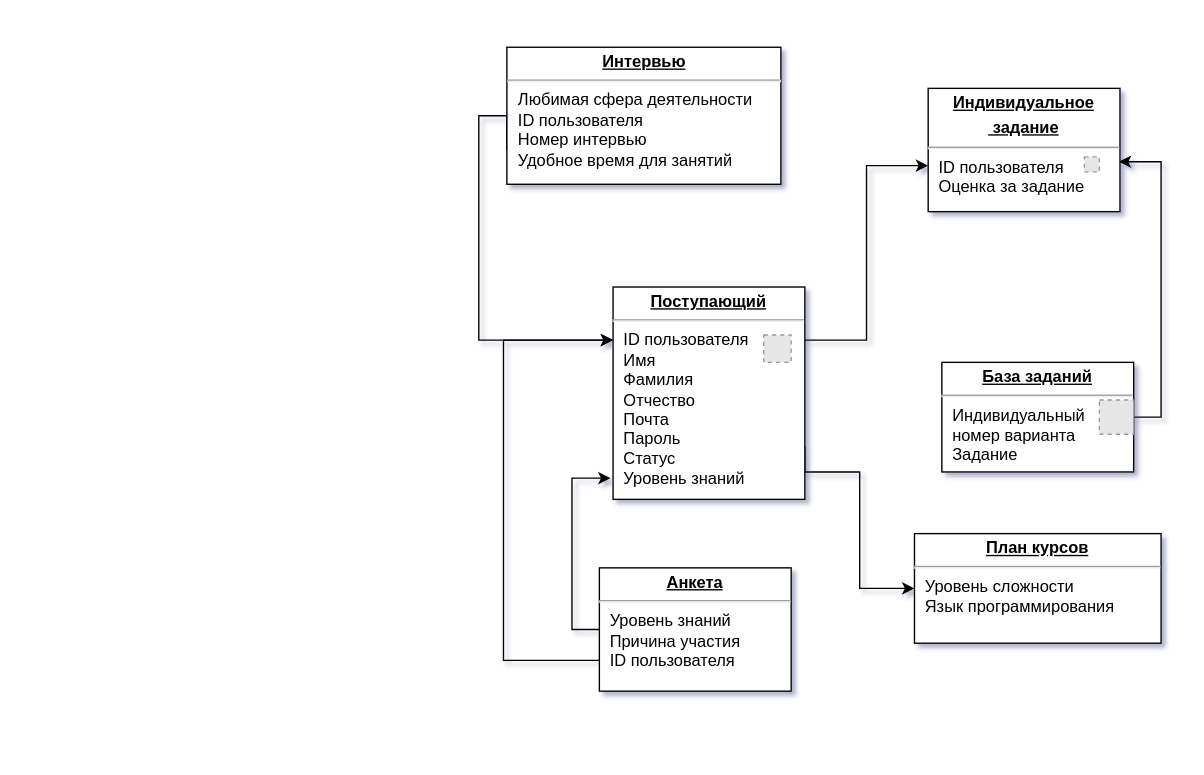
Above: Диаграмма без названия.drawio in DavydovDanil/MyDirectory (draw.io), before the change. Source tidied: cells renumbered, new cells numbered last; positions are measured from the earlier drawing's top-left corner, leaving out a move shared by most shapes. Both pictures are drawn from the tidied source at 137%, with x=0, y=0 at pixel (478, 47). Pictures stored in the file or linked from it are replaced by grey dashed boxes.
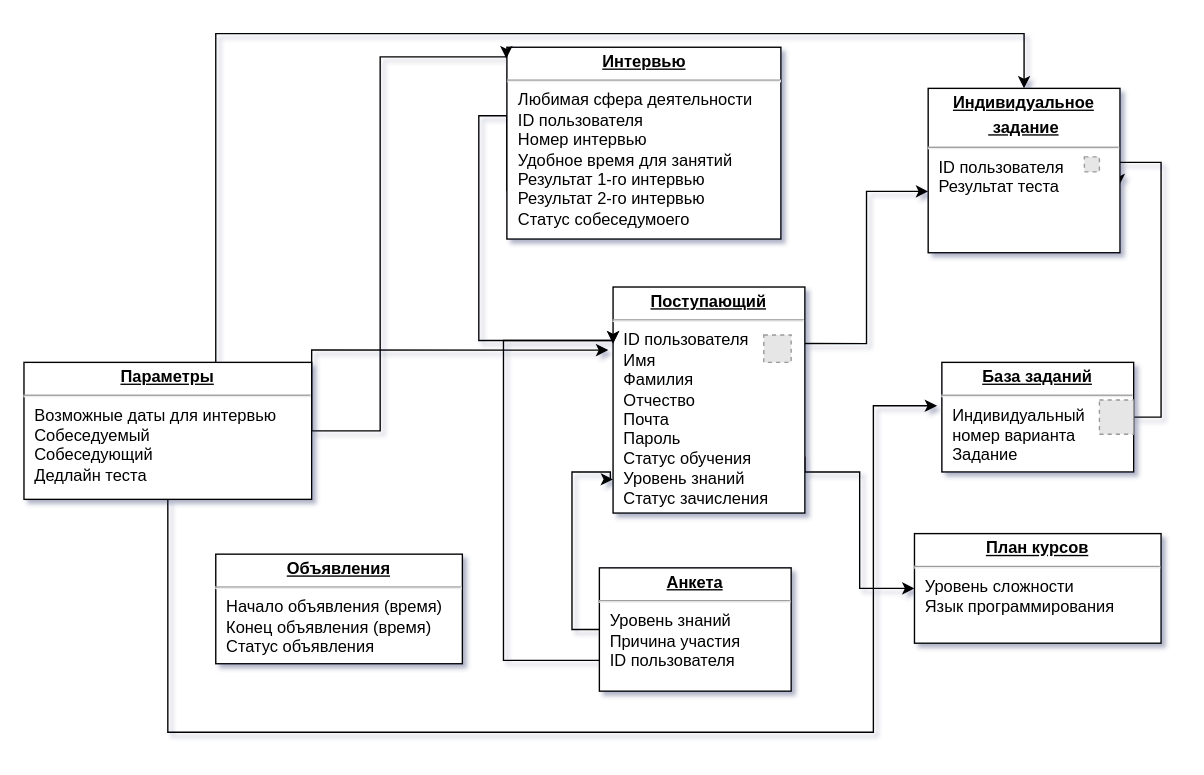
The same page after the edit.

Commit message:
кисляков бранч

The change refers to these unchanged cells:
```xml
<mxCell id="6" value="&lt;p style=&quot;margin: 0px ; margin-top: 4px ; text-align: center ; text-decoration: underline&quot;&gt;&lt;b&gt;База заданий&lt;/b&gt;&lt;/p&gt;&lt;hr&gt;&lt;p style=&quot;margin: 0px ; margin-left: 8px&quot;&gt;Индивидуальный&amp;nbsp;&lt;/p&gt;&lt;p style=&quot;margin: 0px ; margin-left: 8px&quot;&gt;номер варианта&lt;/p&gt;&lt;p style=&quot;margin: 0px ; margin-left: 8px&quot;&gt;Задание&lt;/p&gt;&lt;p style=&quot;margin: 0px ; margin-left: 8px&quot;&gt;&lt;br&gt;&lt;/p&gt;&lt;p style=&quot;margin: 0px ; margin-left: 8px&quot;&gt;&lt;br&gt;&lt;/p&gt;" style="verticalAlign=top;align=left;overflow=fill;fontSize=12;fontFamily=Helvetica;html=1;rounded=0;shadow=0;comic=0;labelBackgroundColor=none;strokeWidth=1;" parent="1" vertex="1">
  <mxGeometry x="338" y="230" width="140" height="80" as="geometry" />
</mxCell>
<mxCell id="11" value="&lt;p style=&quot;margin: 0px ; margin-top: 4px ; text-align: center ; text-decoration: underline&quot;&gt;&lt;b&gt;Анкета&lt;/b&gt;&lt;/p&gt;&lt;hr&gt;&lt;p style=&quot;margin: 0px ; margin-left: 8px&quot;&gt;Уровень знаний&lt;/p&gt;&lt;p style=&quot;margin: 0px ; margin-left: 8px&quot;&gt;Причина участия&lt;/p&gt;&lt;p style=&quot;margin: 0px ; margin-left: 8px&quot;&gt;ID пользователя&lt;/p&gt;" style="verticalAlign=top;align=left;overflow=fill;fontSize=12;fontFamily=Helvetica;html=1;rounded=0;shadow=0;comic=0;labelBackgroundColor=none;strokeWidth=1;" parent="1" vertex="1">
  <mxGeometry x="88" y="380" width="140" height="90" as="geometry" />
</mxCell>
```

Change to the diagram source:
```diff
@@
-    <mxCell id="4" value="&lt;p style=&quot;margin: 0px ; margin-top: 4px ; text-align: center ; text-decoration: underline&quot;&gt;&lt;b&gt;Поступающий&lt;/b&gt;&lt;/p&gt;&lt;hr&gt;&lt;p style=&quot;margin: 0px ; margin-left: 8px&quot;&gt;ID пользователя&lt;br&gt;Имя&lt;br&gt;Фамилия&lt;/p&gt;&lt;p style=&quot;margin: 0px ; margin-left: 8px&quot;&gt;&lt;span style=&quot;background-color: initial;&quot;&gt;Отчество&lt;/span&gt;&lt;/p&gt;&lt;p style=&quot;margin: 0px ; margin-left: 8px&quot;&gt;Почта&lt;br&gt;&lt;/p&gt;&lt;p style=&quot;margin: 0px ; margin-left: 8px&quot;&gt;Пароль&lt;/p&gt;&lt;p style=&quot;margin: 0px ; margin-left: 8px&quot;&gt;Статус&lt;/p&gt;&lt;p style=&quot;margin: 0px ; margin-left: 8px&quot;&gt;Уровень знаний&lt;/p&gt;" style="verticalAlign=top;align=left;overflow=fill;fontSize=12;fontFamily=Helvetica;html=1;rounded=0;shadow=0;comic=0;labelBackgroundColor=none;strokeWidth=1;" parent="1" vertex="1">
-      <mxGeometry x="98" y="175" width="140" height="155" as="geometry" />
+    <mxCell id="4" value="&lt;p style=&quot;margin: 0px ; margin-top: 4px ; text-align: center ; text-decoration: underline&quot;&gt;&lt;b&gt;Поступающий&lt;/b&gt;&lt;/p&gt;&lt;hr&gt;&lt;p style=&quot;margin: 0px ; margin-left: 8px&quot;&gt;ID пользователя&lt;br&gt;Имя&lt;br&gt;Фамилия&lt;/p&gt;&lt;p style=&quot;margin: 0px ; margin-left: 8px&quot;&gt;&lt;span style=&quot;background-color: initial;&quot;&gt;Отчество&lt;/span&gt;&lt;/p&gt;&lt;p style=&quot;margin: 0px ; margin-left: 8px&quot;&gt;Почта&lt;br&gt;&lt;/p&gt;&lt;p style=&quot;margin: 0px ; margin-left: 8px&quot;&gt;Пароль&lt;/p&gt;&lt;p style=&quot;margin: 0px ; margin-left: 8px&quot;&gt;Статус обучения&lt;/p&gt;&lt;p style=&quot;margin: 0px ; margin-left: 8px&quot;&gt;Уровень знаний&lt;/p&gt;&lt;p style=&quot;margin: 0px ; margin-left: 8px&quot;&gt;Статус зачисления&lt;/p&gt;&lt;p style=&quot;margin: 0px ; margin-left: 8px&quot;&gt;&lt;br&gt;&lt;/p&gt;" style="verticalAlign=top;align=left;overflow=fill;fontSize=12;fontFamily=Helvetica;html=1;rounded=0;shadow=0;comic=0;labelBackgroundColor=none;strokeWidth=1;" parent="1" vertex="1">
+      <mxGeometry x="98" y="175" width="140" height="165" as="geometry" />
     </mxCell>
@@
-    <mxCell id="8" value="&lt;p style=&quot;margin: 0px ; margin-top: 4px ; text-align: center ; text-decoration: underline&quot;&gt;&lt;b&gt;Индивидуальное&lt;/b&gt;&lt;/p&gt;&lt;p style=&quot;margin: 0px ; margin-top: 4px ; text-align: center ; text-decoration: underline&quot;&gt;&lt;b&gt;&amp;nbsp;задание&lt;br&gt;&lt;/b&gt;&lt;/p&gt;&lt;hr&gt;&lt;p style=&quot;margin: 0px ; margin-left: 8px&quot;&gt;&lt;span style=&quot;background-color: initial;&quot;&gt;ID пользователя&lt;/span&gt;&lt;br&gt;&lt;/p&gt;&lt;p style=&quot;margin: 0px ; margin-left: 8px&quot;&gt;Оценка за задание&lt;/p&gt;" style="verticalAlign=top;align=left;overflow=fill;fontSize=12;fontFamily=Helvetica;html=1;rounded=0;shadow=0;comic=0;labelBackgroundColor=none;strokeWidth=1;" parent="1" vertex="1">
-      <mxGeometry x="328" y="30" width="140" height="90" as="geometry" />
+    <mxCell id="8" value="&lt;p style=&quot;margin: 0px ; margin-top: 4px ; text-align: center ; text-decoration: underline&quot;&gt;&lt;b&gt;Индивидуальное&lt;/b&gt;&lt;/p&gt;&lt;p style=&quot;margin: 0px ; margin-top: 4px ; text-align: center ; text-decoration: underline&quot;&gt;&lt;b&gt;&amp;nbsp;задание&lt;br&gt;&lt;/b&gt;&lt;/p&gt;&lt;hr&gt;&lt;p style=&quot;margin: 0px ; margin-left: 8px&quot;&gt;&lt;span style=&quot;background-color: initial;&quot;&gt;ID пользователя&lt;/span&gt;&lt;br&gt;&lt;/p&gt;&lt;p style=&quot;margin: 0px ; margin-left: 8px&quot;&gt;Результат теста&amp;nbsp;&lt;/p&gt;" style="verticalAlign=top;align=left;overflow=fill;fontSize=12;fontFamily=Helvetica;html=1;rounded=0;shadow=0;comic=0;labelBackgroundColor=none;strokeWidth=1;" parent="1" vertex="1">
+      <mxGeometry x="328" y="30" width="140" height="120" as="geometry" />
     </mxCell>
@@
-    <mxCell id="10" style="edgeStyle=orthogonalEdgeStyle;rounded=0;jettySize=auto;html=1;exitX=0;exitY=0.5;exitDx=0;exitDy=0;entryX=-0.013;entryY=0.9;entryDx=0;entryDy=0;entryPerimeter=0;" parent="1" edge="1" source="11" target="4">
+    <mxCell id="10" style="edgeStyle=orthogonalEdgeStyle;rounded=0;jettySize=auto;html=1;exitX=0;exitY=0.5;exitDx=0;exitDy=0;entryX=0;entryY=0.851;entryDx=0;entryDy=0;entryPerimeter=0;" parent="1" edge="1" source="11" target="4">
       <mxGeometry relative="1" as="geometry">
         <Array as="points">
           <mxPoint x="68" y="425" />
-          <mxPoint x="68" y="315" />
+          <mxPoint x="68" y="310" />
+          <mxPoint x="96" y="310" />
           <mxPoint x="96" y="315" />
         </Array>
       </mxGeometry>
     </mxCell>
@@
-    <mxCell id="13" value="&lt;p style=&quot;margin: 0px ; margin-top: 4px ; text-align: center ; text-decoration: underline&quot;&gt;&lt;b&gt;Интервью&lt;/b&gt;&lt;/p&gt;&lt;hr&gt;&lt;p style=&quot;margin: 0px ; margin-left: 8px&quot;&gt;Любимая сфера деятельности&lt;/p&gt;&lt;p style=&quot;margin: 0px ; margin-left: 8px&quot;&gt;ID пользователя&lt;/p&gt;&lt;p style=&quot;margin: 0px ; margin-left: 8px&quot;&gt;Номер интервью&lt;/p&gt;&lt;p style=&quot;margin: 0px ; margin-left: 8px&quot;&gt;Удобное время для занятий&lt;/p&gt;&lt;p style=&quot;margin: 0px ; margin-left: 8px&quot;&gt;&lt;br&gt;&lt;/p&gt;" style="verticalAlign=top;align=left;overflow=fill;fontSize=12;fontFamily=Helvetica;html=1;rounded=0;shadow=0;comic=0;labelBackgroundColor=none;strokeWidth=1;" parent="1" vertex="1">
-      <mxGeometry x="20.5" width="200" height="100" as="geometry" />
+    <mxCell id="13" value="&lt;p style=&quot;margin: 0px ; margin-top: 4px ; text-align: center ; text-decoration: underline&quot;&gt;&lt;b&gt;Интервью&lt;/b&gt;&lt;/p&gt;&lt;hr&gt;&lt;p style=&quot;margin: 0px ; margin-left: 8px&quot;&gt;Любимая сфера деятельности&lt;/p&gt;&lt;p style=&quot;margin: 0px ; margin-left: 8px&quot;&gt;ID пользователя&lt;/p&gt;&lt;p style=&quot;margin: 0px ; margin-left: 8px&quot;&gt;Номер интервью&lt;/p&gt;&lt;p style=&quot;margin: 0px ; margin-left: 8px&quot;&gt;Удобное время для занятий&lt;/p&gt;&lt;p style=&quot;margin: 0px ; margin-left: 8px&quot;&gt;Результат 1-го интервью&lt;/p&gt;&lt;p style=&quot;margin: 0px ; margin-left: 8px&quot;&gt;Результат 2-го интервью&lt;br&gt;&lt;/p&gt;&lt;p style=&quot;margin: 0px ; margin-left: 8px&quot;&gt;Статус собеседумоего&lt;/p&gt;" style="verticalAlign=top;align=left;overflow=fill;fontSize=12;fontFamily=Helvetica;html=1;rounded=0;shadow=0;comic=0;labelBackgroundColor=none;strokeWidth=1;" parent="1" vertex="1">
+      <mxGeometry x="20.5" width="200" height="140" as="geometry" />
     </mxCell>
@@
+    <mxCell id="17" style="edgeStyle=orthogonalEdgeStyle;rounded=0;jettySize=auto;html=1;exitX=1;exitY=0.5;exitDx=0;exitDy=0;entryX=-0.025;entryY=0.279;entryDx=0;entryDy=0;entryPerimeter=0;" parent="1" edge="1" source="21" target="4">
+      <mxGeometry relative="1" as="geometry">
+        <Array as="points">
+          <mxPoint x="-122" y="221" />
+        </Array>
+      </mxGeometry>
+    </mxCell>
+    <mxCell id="18" style="edgeStyle=orthogonalEdgeStyle;rounded=0;jettySize=auto;html=1;entryX=-0.025;entryY=0.396;entryDx=0;entryDy=0;entryPerimeter=0;" parent="1" edge="1" source="21" target="6">
+      <mxGeometry relative="1" as="geometry">
+        <Array as="points">
+          <mxPoint x="-227" y="500" />
+          <mxPoint x="288" y="500" />
+          <mxPoint x="288" y="262" />
+        </Array>
+      </mxGeometry>
+    </mxCell>
+    <mxCell id="19" style="edgeStyle=orthogonalEdgeStyle;rounded=0;jettySize=auto;html=1;entryX=0.5;entryY=0;entryDx=0;entryDy=0;" parent="1" edge="1" source="21" target="8">
+      <mxGeometry relative="1" as="geometry">
+        <Array as="points">
+          <mxPoint x="-192" y="-10" />
+          <mxPoint x="398" y="-10" />
+        </Array>
+      </mxGeometry>
+    </mxCell>
+    <mxCell id="20" style="edgeStyle=orthogonalEdgeStyle;rounded=0;jettySize=auto;html=1;entryX=-0.002;entryY=0.058;entryDx=0;entryDy=0;entryPerimeter=0;" parent="1" edge="1" source="21" target="13">
+      <mxGeometry relative="1" as="geometry">
+        <Array as="points">
+          <mxPoint x="-72" y="280" />
+          <mxPoint x="-72" y="7" />
+        </Array>
+      </mxGeometry>
+    </mxCell>
+    <mxCell id="21" value="&lt;p style=&quot;margin: 0px ; margin-top: 4px ; text-align: center ; text-decoration: underline&quot;&gt;&lt;b&gt;Параметры&lt;/b&gt;&lt;/p&gt;&lt;hr&gt;&lt;p style=&quot;margin: 0px ; margin-left: 8px&quot;&gt;Возможные даты для интервью&lt;/p&gt;&lt;p style=&quot;margin: 0px ; margin-left: 8px&quot;&gt;Собеседуемый&lt;/p&gt;&lt;p style=&quot;margin: 0px ; margin-left: 8px&quot;&gt;Собеседующий&lt;/p&gt;&lt;p style=&quot;margin: 0px ; margin-left: 8px&quot;&gt;Дедлайн теста&lt;/p&gt;" style="verticalAlign=top;align=left;overflow=fill;fontSize=12;fontFamily=Helvetica;html=1;rounded=0;shadow=0;comic=0;labelBackgroundColor=none;strokeWidth=1;" parent="1" vertex="1">
+      <mxGeometry x="-332" y="230" width="210" height="100" as="geometry" />
+    </mxCell>
+    <mxCell id="22" value="&lt;p style=&quot;margin: 0px ; margin-top: 4px ; text-align: center ; text-decoration: underline&quot;&gt;&lt;b&gt;Объявления&lt;/b&gt;&lt;/p&gt;&lt;hr&gt;&lt;p style=&quot;margin: 0px ; margin-left: 8px&quot;&gt;Начало объявления (время)&lt;/p&gt;&lt;p style=&quot;margin: 0px ; margin-left: 8px&quot;&gt;Конец объявления (время)&lt;/p&gt;&lt;p style=&quot;margin: 0px ; margin-left: 8px&quot;&gt;Статус объявления&lt;/p&gt;" style="verticalAlign=top;align=left;overflow=fill;fontSize=12;fontFamily=Helvetica;html=1;rounded=0;shadow=0;comic=0;labelBackgroundColor=none;strokeWidth=1;" parent="1" vertex="1">
+      <mxGeometry x="-192" y="370" width="180" height="80" as="geometry" />
+    </mxCell>
```
